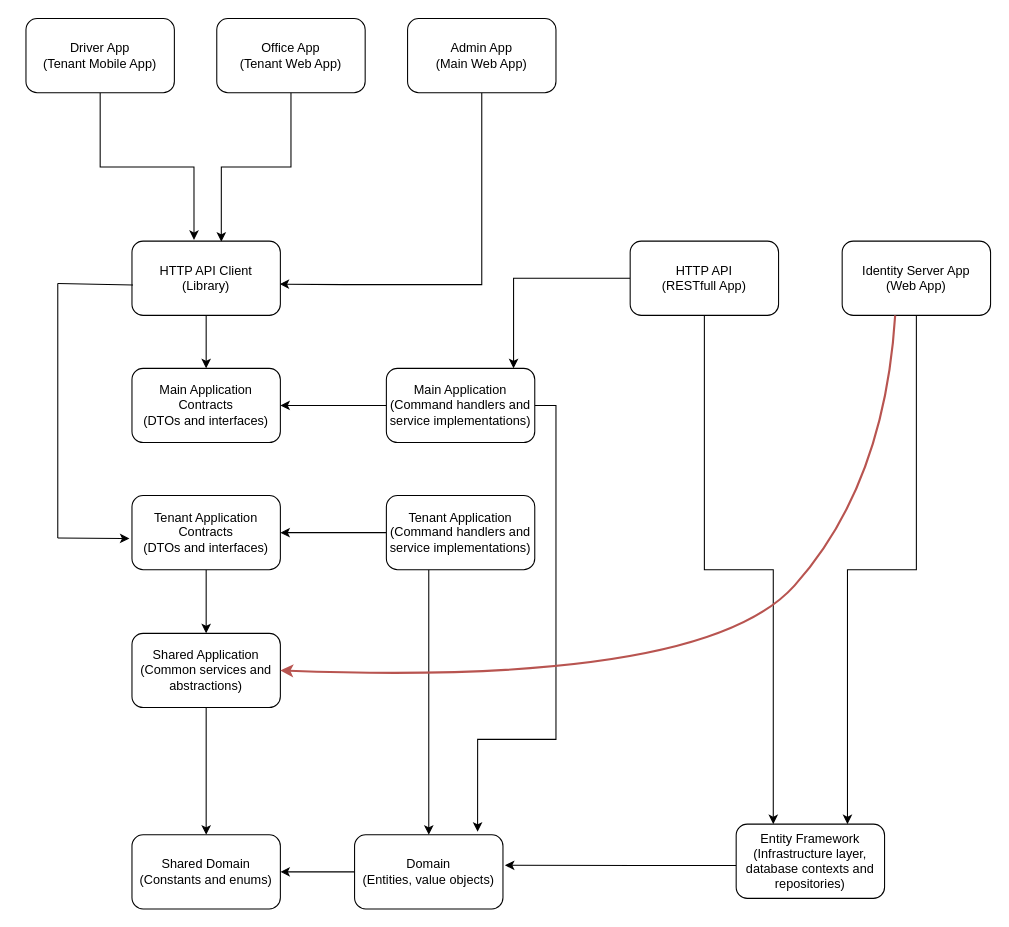
Before: docs/project_architecture.drawio in hotcappuccinodev/angular-logistics-app, a draw.io diagram. Source tidied: cells renumbered, new cells numbered last; positions are measured from the earlier drawing's top-left corner, leaving out a move shared by most shapes. Both pictures are drawn from the tidied source at 106%, with x=0, y=0 at pixel (25, 18).
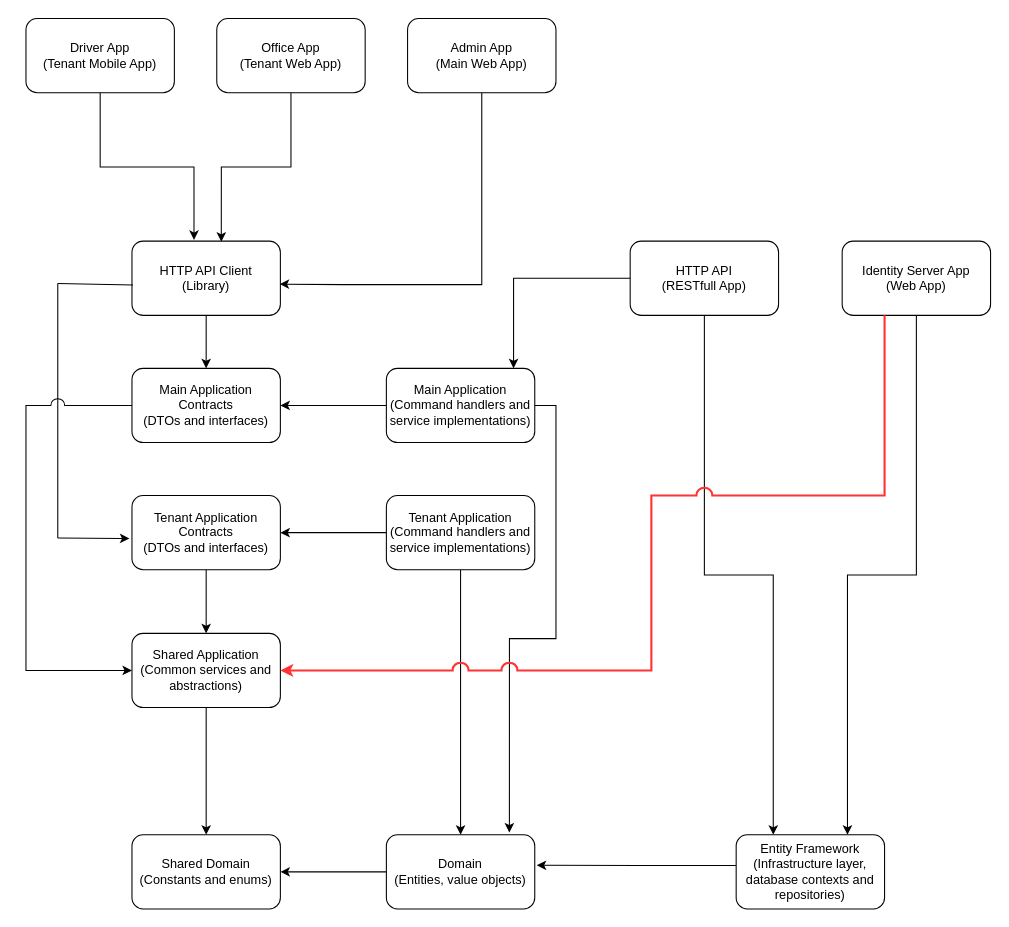
The same diagram, later.

The change refers to these unchanged cells:
```xml
<mxCell id="9" value="Identity Server App &lt;br&gt;(Web App)" style="rounded=1;whiteSpace=wrap;html=1;" parent="1" vertex="1">
  <mxGeometry x="770" y="210" width="140" height="70" as="geometry" />
</mxCell>
<mxCell id="15" value="Main Application Contracts&lt;br&gt;(DTOs and interfaces)" style="rounded=1;whiteSpace=wrap;html=1;" parent="1" vertex="1">
  <mxGeometry x="100" y="330" width="140" height="70" as="geometry" />
</mxCell>
<mxCell id="18" value="Main Application&lt;br&gt;(Command handlers and service implementations)" style="rounded=1;whiteSpace=wrap;html=1;" parent="1" vertex="1">
  <mxGeometry x="340" y="330" width="140" height="70" as="geometry" />
</mxCell>
<mxCell id="23" value="Tenant Application&lt;br&gt;(Command handlers and service implementations)" style="rounded=1;whiteSpace=wrap;html=1;" parent="1" vertex="1">
  <mxGeometry x="340" y="450" width="140" height="70" as="geometry" />
</mxCell>
<mxCell id="25" value="Shared Application (Common services and abstractions)" style="rounded=1;whiteSpace=wrap;html=1;" parent="1" vertex="1">
  <mxGeometry x="100" y="580" width="140" height="70" as="geometry" />
</mxCell>
```

What changed in the source:
```diff
@@
-    <mxCell id="17" style="edgeStyle=orthogonalEdgeStyle;rounded=0;jettySize=auto;html=1;entryX=0.829;entryY=-0.04;entryDx=0;entryDy=0;entryPerimeter=0;" parent="1" edge="1" source="18" target="28">
+    <mxCell id="17" style="edgeStyle=orthogonalEdgeStyle;rounded=0;sketch=0;jumpStyle=arc;jumpSize=13;jettySize=auto;html=1;entryX=0.829;entryY=-0.029;entryDx=0;entryDy=0;entryPerimeter=0;shadow=0;strokeColor=#000000;strokeWidth=1;" parent="1" edge="1" source="18" target="28">
       <mxGeometry relative="1" as="geometry">
         <Array as="points">
           <mxPoint x="500" y="365" />
-          <mxPoint x="500" y="680" />
-          <mxPoint x="426" y="680" />
+          <mxPoint x="500" y="585" />
+          <mxPoint x="456" y="585" />
         </Array>
       </mxGeometry>
     </mxCell>
@@
-    <mxCell id="22" style="edgeStyle=orthogonalEdgeStyle;rounded=0;jettySize=auto;html=1;entryX=0.5;entryY=0;entryDx=0;entryDy=0;" parent="1" edge="1" source="23" target="28">
-      <mxGeometry relative="1" as="geometry">
-        <Array as="points">
-          <mxPoint x="380" y="580" />
-          <mxPoint x="380" y="580" />
-        </Array>
-      </mxGeometry>
+    <mxCell id="22" style="edgeStyle=orthogonalEdgeStyle;rounded=0;sketch=0;jumpStyle=arc;jumpSize=13;jettySize=auto;html=1;entryX=0.5;entryY=0;entryDx=0;entryDy=0;shadow=0;strokeColor=#000000;strokeWidth=1;" parent="1" edge="1" source="23" target="28">
+      <mxGeometry relative="1" as="geometry" />
     </mxCell>
@@
     <mxCell id="28" value="Domain&lt;br&gt;(Entities, value objects)" style="rounded=1;whiteSpace=wrap;html=1;" parent="1" vertex="1">
-      <mxGeometry x="310" y="770" width="140" height="70" as="geometry" />
+      <mxGeometry x="340" y="770" width="140" height="70" as="geometry" />
     </mxCell>
@@
     <mxCell id="30" value="Entity Framework&lt;br&gt;(Infrastructure layer, database contexts and repositories)" style="rounded=1;whiteSpace=wrap;html=1;" parent="1" vertex="1">
-      <mxGeometry x="670" y="760" width="140" height="70" as="geometry" />
+      <mxGeometry x="670" y="770" width="140" height="70" as="geometry" />
     </mxCell>
@@
-    <mxCell id="34" style="curved=1;endArrow=classic;html=1;rounded=0;entryX=1;entryY=0.5;entryDx=0;entryDy=0;fillColor=#f8cecc;strokeColor=#b85450;targetPerimeterSpacing=0;strokeWidth=2;" parent="1" edge="1" target="25">
-      <mxGeometry relative="1" as="geometry">
-        <mxPoint x="820" y="280" as="sourcePoint" />
-        <Array as="points">
-          <mxPoint x="810" y="440" />
-          <mxPoint x="640" y="630" />
-        </Array>
-      </mxGeometry>
-    </mxCell>
+    <mxCell id="35" style="edgeStyle=orthogonalEdgeStyle;jettySize=auto;html=1;entryX=0;entryY=0.5;entryDx=0;entryDy=0;shadow=0;sketch=0;jumpStyle=arc;jumpSize=13;rounded=0;" parent="1" edge="1" source="15" target="25">
+      <mxGeometry relative="1" as="geometry">
+        <Array as="points">
+          <mxPoint y="365" />
+          <mxPoint y="615" />
+        </Array>
+      </mxGeometry>
+    </mxCell>
+    <mxCell id="36" style="edgeStyle=orthogonalEdgeStyle;sketch=0;jumpStyle=arc;jumpSize=13;jettySize=auto;html=1;entryX=1;entryY=0.5;entryDx=0;entryDy=0;shadow=0;rounded=0;strokeWidth=2;strokeColor=#FF3333;" parent="1" edge="1" source="9" target="25">
+      <mxGeometry relative="1" as="geometry">
+        <Array as="points">
+          <mxPoint x="810" y="450" />
+          <mxPoint x="590" y="450" />
+          <mxPoint x="590" y="615" />
+        </Array>
+      </mxGeometry>
+    </mxCell>
```
